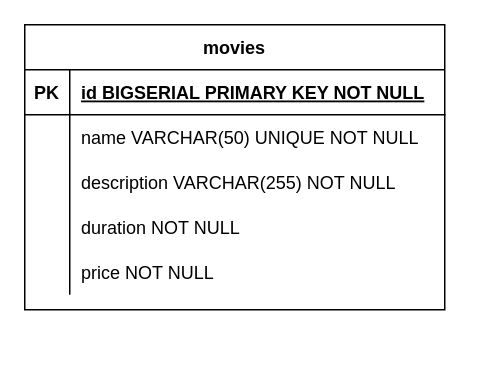
The draw.io diagram diagrama.drawio in Kenzie-Academy-Brasil-Developers/m4-sp2-movies-Lelouching, before the edit. Source tidied: cells renumbered, new cells numbered last; positions are measured from the earlier drawing's top-left corner, leaving out a move shared by most shapes. Both pictures are drawn from the tidied source at 150%, with x=0, y=0 at pixel (24, 24).
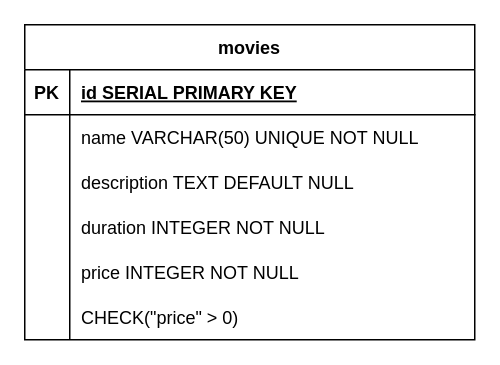
After the change.

Change to the diagram source:
```diff
@@
     <mxCell id="2" value="movies" style="shape=table;startSize=30;childLayout=tableLayout;rowLines=0;fontStyle=1;align=center;" parent="1" vertex="1">
-      <mxGeometry width="280" height="190" as="geometry" />
+      <mxGeometry width="300" height="210" as="geometry" />
     </mxCell>
     <mxCell id="3" style="shape=tableRow;horizontal=0;startSize=0;swimlaneHead=0;swimlaneBody=0;fillColor=none;top=0;left=0;right=0;bottom=1;" parent="2" vertex="1">
-      <mxGeometry y="30" width="280" height="30" as="geometry" />
+      <mxGeometry y="30" width="300" height="30" as="geometry" />
     </mxCell>
@@
-    <mxCell id="5" value="id BIGSERIAL PRIMARY KEY NOT NULL" style="shape=partialRectangle;fillColor=none;top=0;left=0;bottom=0;right=0;align=left;spacingLeft=6;fontStyle=5;overflow=hidden;" parent="3" vertex="1">
-      <mxGeometry x="30" width="250" height="30" as="geometry" />
+    <mxCell id="5" value="id SERIAL PRIMARY KEY" style="shape=partialRectangle;fillColor=none;top=0;left=0;bottom=0;right=0;align=left;spacingLeft=6;fontStyle=5;overflow=hidden;" parent="3" vertex="1">
+      <mxGeometry x="30" width="270" height="30" as="geometry" />
     </mxCell>
     <mxCell id="6" style="shape=tableRow;horizontal=0;startSize=0;swimlaneHead=0;swimlaneBody=0;fillColor=none;top=0;left=0;right=0;bottom=0;" parent="2" vertex="1">
-      <mxGeometry y="60" width="280" height="30" as="geometry" />
+      <mxGeometry y="60" width="300" height="30" as="geometry" />
     </mxCell>
@@
     <mxCell id="8" value="name VARCHAR(50) UNIQUE NOT NULL" style="shape=partialRectangle;fillColor=none;top=0;left=0;bottom=0;right=0;align=left;spacingLeft=6;overflow=hidden;" parent="6" vertex="1">
-      <mxGeometry x="30" width="250" height="30" as="geometry" />
+      <mxGeometry x="30" width="270" height="30" as="geometry" />
     </mxCell>
     <mxCell id="9" style="shape=tableRow;horizontal=0;startSize=0;swimlaneHead=0;swimlaneBody=0;fillColor=none;top=0;left=0;right=0;bottom=0;" parent="2" vertex="1">
-      <mxGeometry y="90" width="280" height="30" as="geometry" />
+      <mxGeometry y="90" width="300" height="30" as="geometry" />
     </mxCell>
@@
-    <mxCell id="11" value="description VARCHAR(255) NOT NULL" style="shape=partialRectangle;fillColor=none;top=0;left=0;bottom=0;right=0;align=left;spacingLeft=6;overflow=hidden;" parent="9" vertex="1">
-      <mxGeometry x="30" width="250" height="30" as="geometry" />
+    <mxCell id="11" value="description TEXT DEFAULT NULL" style="shape=partialRectangle;fillColor=none;top=0;left=0;bottom=0;right=0;align=left;spacingLeft=6;overflow=hidden;" parent="9" vertex="1">
+      <mxGeometry x="30" width="270" height="30" as="geometry" />
     </mxCell>
     <mxCell id="12" style="shape=tableRow;horizontal=0;startSize=0;swimlaneHead=0;swimlaneBody=0;fillColor=none;top=0;left=0;right=0;bottom=0;" parent="2" vertex="1">
-      <mxGeometry y="120" width="280" height="30" as="geometry" />
+      <mxGeometry y="120" width="300" height="30" as="geometry" />
     </mxCell>
@@
-    <mxCell id="14" value="duration NOT NULL" style="shape=partialRectangle;fillColor=none;top=0;left=0;bottom=0;right=0;align=left;spacingLeft=6;overflow=hidden;" parent="12" vertex="1">
-      <mxGeometry x="30" width="250" height="30" as="geometry" />
+    <mxCell id="14" value="duration INTEGER NOT NULL" style="shape=partialRectangle;fillColor=none;top=0;left=0;bottom=0;right=0;align=left;spacingLeft=6;overflow=hidden;" parent="12" vertex="1">
+      <mxGeometry x="30" width="270" height="30" as="geometry" />
     </mxCell>
     <mxCell id="15" style="shape=tableRow;horizontal=0;startSize=0;swimlaneHead=0;swimlaneBody=0;fillColor=none;top=0;left=0;right=0;bottom=0;" parent="2" vertex="1">
-      <mxGeometry y="150" width="280" height="30" as="geometry" />
+      <mxGeometry y="150" width="300" height="30" as="geometry" />
     </mxCell>
@@
-    <mxCell id="17" value="price NOT NULL" style="shape=partialRectangle;fillColor=none;top=0;left=0;bottom=0;right=0;align=left;spacingLeft=6;overflow=hidden;" parent="15" vertex="1">
-      <mxGeometry x="30" width="250" height="30" as="geometry" />
+    <mxCell id="17" value="price INTEGER NOT NULL" style="shape=partialRectangle;fillColor=none;top=0;left=0;bottom=0;right=0;align=left;spacingLeft=6;overflow=hidden;" parent="15" vertex="1">
+      <mxGeometry x="30" width="270" height="30" as="geometry" />
     </mxCell>
+    <mxCell id="18" style="shape=tableRow;horizontal=0;startSize=0;swimlaneHead=0;swimlaneBody=0;fillColor=none;top=0;left=0;right=0;bottom=0;" parent="2" vertex="1">
+      <mxGeometry y="180" width="300" height="30" as="geometry" />
+    </mxCell>
+    <mxCell id="19" style="shape=partialRectangle;fillColor=none;top=0;left=0;bottom=0;right=0;overflow=hidden;" parent="18" vertex="1">
+      <mxGeometry width="30" height="30" as="geometry" />
+    </mxCell>
+    <mxCell id="20" value="CHECK(&quot;price&quot; &gt; 0)" style="shape=partialRectangle;fillColor=none;top=0;left=0;bottom=0;right=0;align=left;spacingLeft=6;overflow=hidden;" parent="18" vertex="1">
+      <mxGeometry x="30" width="270" height="30" as="geometry" />
+    </mxCell>
```
